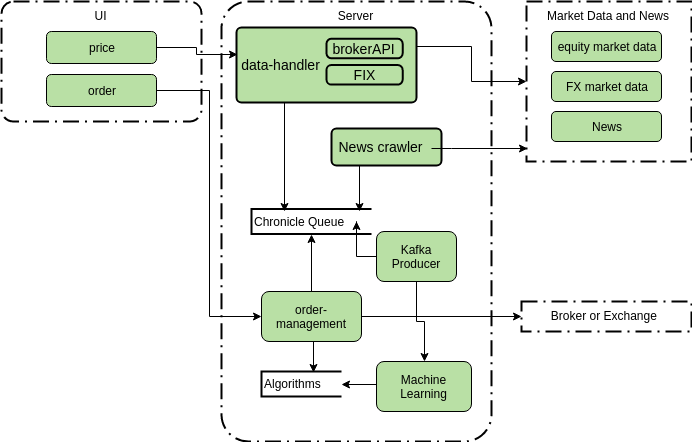
Before: images/architecture.png, a diagram exported from draw.io (EdwardPoon/algorithmicTrading). Source tidied: cells renumbered, new cells last; positions are measured from the earlier drawing's top-left corner, leaving out a move shared by most shapes.
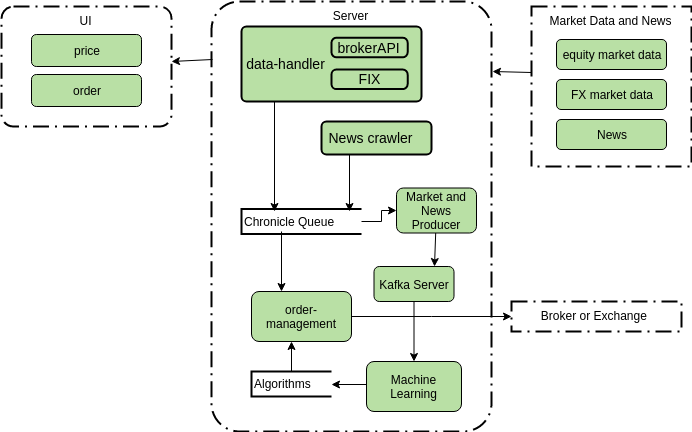
The same file after the commit.

The edit, as a diff of the source:
```diff
@@ -3,83 +3,62 @@
     <mxCell id="0" />
     <mxCell id="1" parent="0" />
     <mxCell id="2" value="Market Data and News" style="rounded=0;arcSize=10;dashed=1;strokeColor=#000000;fillColor=none;gradientColor=none;dashPattern=8 3 1 3;strokeWidth=2;align=center;verticalAlign=top;" parent="1" vertex="1">
-      <mxGeometry x="525" width="165" height="160" as="geometry" />
+      <mxGeometry x="540" y="5" width="160" height="160" as="geometry" />
     </mxCell>
     <mxCell id="3" value="UI" style="rounded=1;arcSize=10;dashed=1;strokeColor=#000000;fillColor=none;gradientColor=none;dashPattern=8 3 1 3;strokeWidth=2;align=center;verticalAlign=top;" parent="1" vertex="1">
-      <mxGeometry width="200" height="120" as="geometry" />
+      <mxGeometry x="10" y="5" width="170" height="120" as="geometry" />
     </mxCell>
     <mxCell id="4" value="Server" style="rounded=1;arcSize=10;dashed=1;strokeColor=#000000;fillColor=none;gradientColor=none;dashPattern=8 3 1 3;strokeWidth=2;align=center;verticalAlign=top;" parent="1" vertex="1">
-      <mxGeometry x="220" width="270" height="440" as="geometry" />
+      <mxGeometry x="220" width="280" height="430" as="geometry" />
     </mxCell>
     <mxCell id="5" value="Broker or Exchange " style="rounded=0;arcSize=10;dashed=1;strokeColor=#000000;fillColor=none;gradientColor=none;dashPattern=8 3 1 3;strokeWidth=2;align=center;verticalAlign=top;" parent="1" vertex="1">
       <mxGeometry x="520" y="300" width="170" height="30" as="geometry" />
     </mxCell>
-    <mxCell id="6" style="edgeStyle=orthogonalEdgeStyle;rounded=0;jettySize=auto;html=1;exitX=1;exitY=0.5;exitDx=0;exitDy=0;entryX=0.011;entryY=0.354;entryDx=0;entryDy=0;entryPerimeter=0;" parent="1" edge="1" source="7" target="18">
-      <mxGeometry relative="1" as="geometry" />
-    </mxCell>
     <mxCell id="7" value="price" style="rounded=1;whiteSpace=wrap;html=1;fillColor=#B9E0A5;" parent="1" vertex="1">
-      <mxGeometry x="45" y="30" width="110" height="32" as="geometry" />
+      <mxGeometry x="40" y="33" width="110" height="32" as="geometry" />
     </mxCell>
     <mxCell id="8" value="equity market data" style="rounded=1;whiteSpace=wrap;html=1;fillColor=#B9E0A5;" parent="1" vertex="1">
-      <mxGeometry x="550" y="30" width="110" height="30" as="geometry" />
+      <mxGeometry x="565" y="38" width="110" height="30" as="geometry" />
     </mxCell>
     <mxCell id="9" value="FX market data" style="rounded=1;whiteSpace=wrap;html=1;fillColor=#B9E0A5;" parent="1" vertex="1">
-      <mxGeometry x="550" y="70" width="110" height="30" as="geometry" />
+      <mxGeometry x="565" y="78" width="110" height="30" as="geometry" />
     </mxCell>
     <mxCell id="10" value="News" style="rounded=1;whiteSpace=wrap;html=1;fillColor=#B9E0A5;" parent="1" vertex="1">
-      <mxGeometry x="550" y="110" width="110" height="30" as="geometry" />
+      <mxGeometry x="565" y="118" width="110" height="30" as="geometry" />
     </mxCell>
-    <mxCell id="11" style="edgeStyle=orthogonalEdgeStyle;rounded=0;jettySize=auto;html=1;exitX=0.5;exitY=0;exitDx=0;exitDy=0;entryX=0.5;entryY=1;entryDx=0;entryDy=0;entryPerimeter=0;" parent="1" edge="1" source="14" target="21">
-      <mxGeometry relative="1" as="geometry" />
-    </mxCell>
     <mxCell id="12" style="edgeStyle=orthogonalEdgeStyle;rounded=0;jettySize=auto;html=1;exitX=1;exitY=0.5;exitDx=0;exitDy=0;entryX=0;entryY=0.5;entryDx=0;entryDy=0;" parent="1" edge="1" source="14" target="5">
-      <mxGeometry relative="1" as="geometry" />
+      <mxGeometry relative="1" as="geometry">
+        <Array as="points">
+          <mxPoint x="440" y="315" />
+          <mxPoint x="440" y="315" />
+        </Array>
+      </mxGeometry>
     </mxCell>
-    <mxCell id="13" style="edgeStyle=orthogonalEdgeStyle;rounded=0;jettySize=auto;html=1;exitX=0.5;exitY=1;exitDx=0;exitDy=0;entryX=0.65;entryY=0.04;entryDx=0;entryDy=0;entryPerimeter=0;" parent="1" edge="1" source="14" target="29">
-      <mxGeometry relative="1" as="geometry" />
-    </mxCell>
     <mxCell id="14" value="order-management" style="rounded=1;whiteSpace=wrap;html=1;fillColor=#B9E0A5;" parent="1" vertex="1">
       <mxGeometry x="260" y="290" width="100" height="50" as="geometry" />
     </mxCell>
-    <mxCell id="15" style="edgeStyle=orthogonalEdgeStyle;rounded=0;jettySize=auto;html=1;exitX=0.5;exitY=1;exitDx=0;exitDy=0;entryX=0.275;entryY=0.1;entryDx=0;entryDy=0;entryPerimeter=0;" parent="1" edge="1" source="17" target="21">
+    <mxCell id="15" style="edgeStyle=orthogonalEdgeStyle;rounded=0;jettySize=auto;html=1;exitX=0.326;exitY=0.973;exitDx=0;exitDy=0;entryX=0.275;entryY=0.1;entryDx=0;entryDy=0;entryPerimeter=0;exitPerimeter=0;" parent="1" edge="1" source="17" target="21">
       <mxGeometry relative="1" as="geometry">
         <Array as="points">
-          <mxPoint x="283" y="101" />
+          <mxPoint x="297" y="100" />
+          <mxPoint x="283" y="100" />
         </Array>
       </mxGeometry>
     </mxCell>
-    <mxCell id="16" style="edgeStyle=orthogonalEdgeStyle;rounded=0;jettySize=auto;html=1;exitX=1;exitY=0.25;exitDx=0;exitDy=0;" parent="1" edge="1" source="17" target="2">
-      <mxGeometry relative="1" as="geometry" />
-    </mxCell>
-    <mxCell id="17" style="rounded=1;absoluteArcSize=1;html=1;strokeWidth=2;arcSize=10;fontSize=14;fillColor=#B9E0A5;" parent="1" vertex="1">
-      <mxGeometry x="235" y="26" width="180" height="75" as="geometry" />
-    </mxCell>
-    <mxCell id="18" value="data-handler" style="html=1;strokeWidth=2;shape=mxgraph.er.anchor;fontSize=14;whiteSpace=wrap;" parent="17" vertex="1">
-      <mxGeometry width="90" height="75" as="geometry" />
-    </mxCell>
-    <mxCell id="19" value="brokerAPI" style="rounded=1;absoluteArcSize=1;html=1;strokeWidth=2;arcSize=10;fontSize=14;whiteSpace=wrap;strokeColor=inherit;fillColor=inherit;" parent="17" vertex="1">
-      <mxGeometry x="90" y="11.2" width="76.2" height="19.6" as="geometry" />
-    </mxCell>
-    <mxCell id="20" value="FIX" style="rounded=1;absoluteArcSize=1;html=1;strokeWidth=2;arcSize=10;fontSize=14;whiteSpace=wrap;strokeColor=inherit;fillColor=inherit;" parent="17" vertex="1">
-      <mxGeometry x="90" y="37.5" width="76.2" height="19.6" as="geometry" />
-    </mxCell>
+    <mxCell id="34" style="edgeStyle=orthogonalEdgeStyle;rounded=0;jettySize=auto;html=1;exitX=1;exitY=0.5;exitDx=0;exitDy=0;exitPerimeter=0;" parent="1" edge="1" source="21" target="37">
+      <mxGeometry relative="1" as="geometry" />
+    </mxCell>
     <mxCell id="21" value="Chronicle Queue" style="strokeWidth=2;html=1;shape=mxgraph.flowchart.annotation_1;align=left;rounded=0;fillColor=#B9E0A5;" parent="1" vertex="1">
       <mxGeometry x="250" y="207.5" width="120" height="25" as="geometry" />
     </mxCell>
-    <mxCell id="22" style="edgeStyle=orthogonalEdgeStyle;rounded=0;jettySize=auto;html=1;exitX=1;exitY=0.5;exitDx=0;exitDy=0;entryX=0;entryY=0.5;entryDx=0;entryDy=0;" parent="1" edge="1" source="23" target="14">
-      <mxGeometry relative="1" as="geometry" />
-    </mxCell>
     <mxCell id="23" value="order" style="rounded=1;whiteSpace=wrap;html=1;fillColor=#B9E0A5;" parent="1" vertex="1">
-      <mxGeometry x="45" y="73" width="110" height="32" as="geometry" />
+      <mxGeometry x="40" y="73" width="110" height="32" as="geometry" />
     </mxCell>
     <mxCell id="24" style="edgeStyle=orthogonalEdgeStyle;rounded=0;jettySize=auto;html=1;" parent="1" edge="1" source="26" target="28">
       <mxGeometry relative="1" as="geometry" />
     </mxCell>
-    <mxCell id="25" style="edgeStyle=orthogonalEdgeStyle;rounded=0;jettySize=auto;html=1;exitX=0;exitY=0.5;exitDx=0;exitDy=0;" parent="1" edge="1" source="26" target="21">
-      <mxGeometry relative="1" as="geometry" />
-    </mxCell>
-    <mxCell id="26" value="Kafka Producer" style="rounded=1;whiteSpace=wrap;html=1;fillColor=#B9E0A5;" parent="1" vertex="1">
-      <mxGeometry x="375" y="230" width="80" height="50" as="geometry" />
+    <mxCell id="26" value="Kafka Server" style="rounded=1;whiteSpace=wrap;html=1;fillColor=#B9E0A5;" parent="1" vertex="1">
+      <mxGeometry x="382.5" y="265" width="80" height="35" as="geometry" />
     </mxCell>
     <mxCell id="27" style="edgeStyle=orthogonalEdgeStyle;rounded=0;jettySize=auto;html=1;exitX=0;exitY=0.5;exitDx=0;exitDy=0;entryX=1;entryY=0.5;entryDx=0;entryDy=0;entryPerimeter=0;" parent="1" edge="1" source="28" target="29">
       <mxGeometry relative="1" as="geometry">
@@ -100,18 +79,49 @@
       </mxGeometry>
     </mxCell>
     <mxCell id="31" style="rounded=1;absoluteArcSize=1;html=1;strokeWidth=2;arcSize=10;fontSize=14;fillColor=#B9E0A5;" parent="1" vertex="1">
-      <mxGeometry x="330" y="127" width="110" height="37" as="geometry" />
+      <mxGeometry x="330" y="120" width="110" height="33" as="geometry" />
     </mxCell>
     <mxCell id="32" value="News crawler" style="html=1;strokeWidth=2;shape=mxgraph.er.anchor;fontSize=14;whiteSpace=wrap;align=center;" parent="31" vertex="1">
-      <mxGeometry width="100" height="37" as="geometry" />
+      <mxGeometry width="100" height="33" as="geometry" />
     </mxCell>
-    <mxCell id="33" style="edgeStyle=orthogonalEdgeStyle;rounded=0;jettySize=auto;html=1;entryX=0.006;entryY=0.919;entryDx=0;entryDy=0;entryPerimeter=0;" parent="1" edge="1" source="32" target="2">
-      <mxGeometry relative="1" as="geometry">
-        <Array as="points">
-          <mxPoint x="450" y="147" />
-          <mxPoint x="450" y="147" />
-        </Array>
-      </mxGeometry>
-    </mxCell>
+    <mxCell id="17" style="rounded=1;absoluteArcSize=1;html=1;strokeWidth=2;arcSize=10;fontSize=14;fillColor=#B9E0A5;" parent="1" vertex="1">
+      <mxGeometry x="250" y="25" width="180" height="75" as="geometry" />
+    </mxCell>
+    <mxCell id="18" value="data-handler" style="html=1;strokeWidth=2;shape=mxgraph.er.anchor;fontSize=14;whiteSpace=wrap;" parent="17" vertex="1">
+      <mxGeometry width="90" height="75" as="geometry" />
+    </mxCell>
+    <mxCell id="19" value="brokerAPI" style="rounded=1;absoluteArcSize=1;html=1;strokeWidth=2;arcSize=10;fontSize=14;whiteSpace=wrap;strokeColor=inherit;fillColor=inherit;" parent="17" vertex="1">
+      <mxGeometry x="90" y="11.2" width="76.2" height="19.6" as="geometry" />
+    </mxCell>
+    <mxCell id="20" value="FIX" style="rounded=1;absoluteArcSize=1;html=1;strokeWidth=2;arcSize=10;fontSize=14;whiteSpace=wrap;strokeColor=inherit;fillColor=inherit;" parent="17" vertex="1">
+      <mxGeometry x="90" y="43" width="76.2" height="19.6" as="geometry" />
+    </mxCell>
+    <mxCell id="35" style="endArrow=classic;html=1;exitX=0.004;exitY=0.136;exitDx=0;exitDy=0;exitPerimeter=0;" parent="1" edge="1" source="4">
+      <mxGeometry relative="1" as="geometry">
+        <mxPoint x="180" y="60" as="targetPoint" />
+      </mxGeometry>
+    </mxCell>
+    <mxCell id="36" style="endArrow=classic;html=1;entryX=1.004;entryY=0.163;entryDx=0;entryDy=0;entryPerimeter=0;" parent="1" edge="1" target="4">
+      <mxGeometry relative="1" as="geometry">
+        <mxPoint x="540" y="71" as="sourcePoint" />
+      </mxGeometry>
+    </mxCell>
+    <mxCell id="37" value="Market and News Producer" style="rounded=1;whiteSpace=wrap;html=1;fillColor=#B9E0A5;" parent="1" vertex="1">
+      <mxGeometry x="405" y="186.5" width="80" height="45" as="geometry" />
+    </mxCell>
+    <mxCell id="38" style="endArrow=classic;html=1;" parent="1" edge="1">
+      <mxGeometry relative="1" as="geometry">
+        <mxPoint x="290" y="230" as="sourcePoint" />
+        <mxPoint x="290" y="290" as="targetPoint" />
+      </mxGeometry>
+    </mxCell>
+    <mxCell id="39" style="endArrow=classic;html=1;entryX=0.75;entryY=0;entryDx=0;entryDy=0;" parent="1" edge="1" source="37" target="26">
+      <mxGeometry relative="1" as="geometry" />
+    </mxCell>
+    <mxCell id="40" style="endArrow=classic;html=1;exitX=0.5;exitY=0;exitDx=0;exitDy=0;exitPerimeter=0;" parent="1" edge="1" source="29">
+      <mxGeometry relative="1" as="geometry">
+        <mxPoint x="300" y="340" as="targetPoint" />
+      </mxGeometry>
+    </mxCell>
   </root>
 </mxGraphModel>
```
